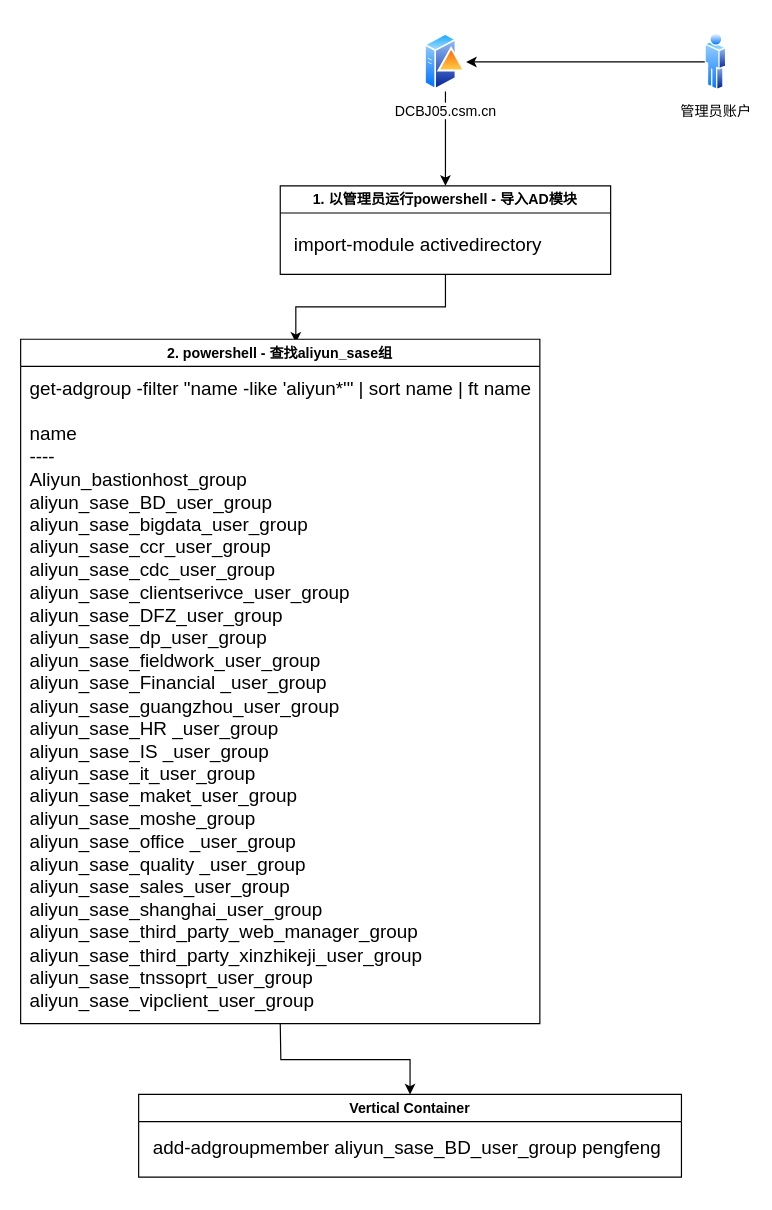
Before: aliyun-sase-opreation.drawio in natop/drawio, a draw.io diagram. Source tidied: cells renumbered, new cells numbered last; positions are measured from the earlier drawing's top-left corner, leaving out a move shared by most shapes. Both pictures are drawn from the tidied source at 118%, with x=0, y=0 at pixel (20, 32).
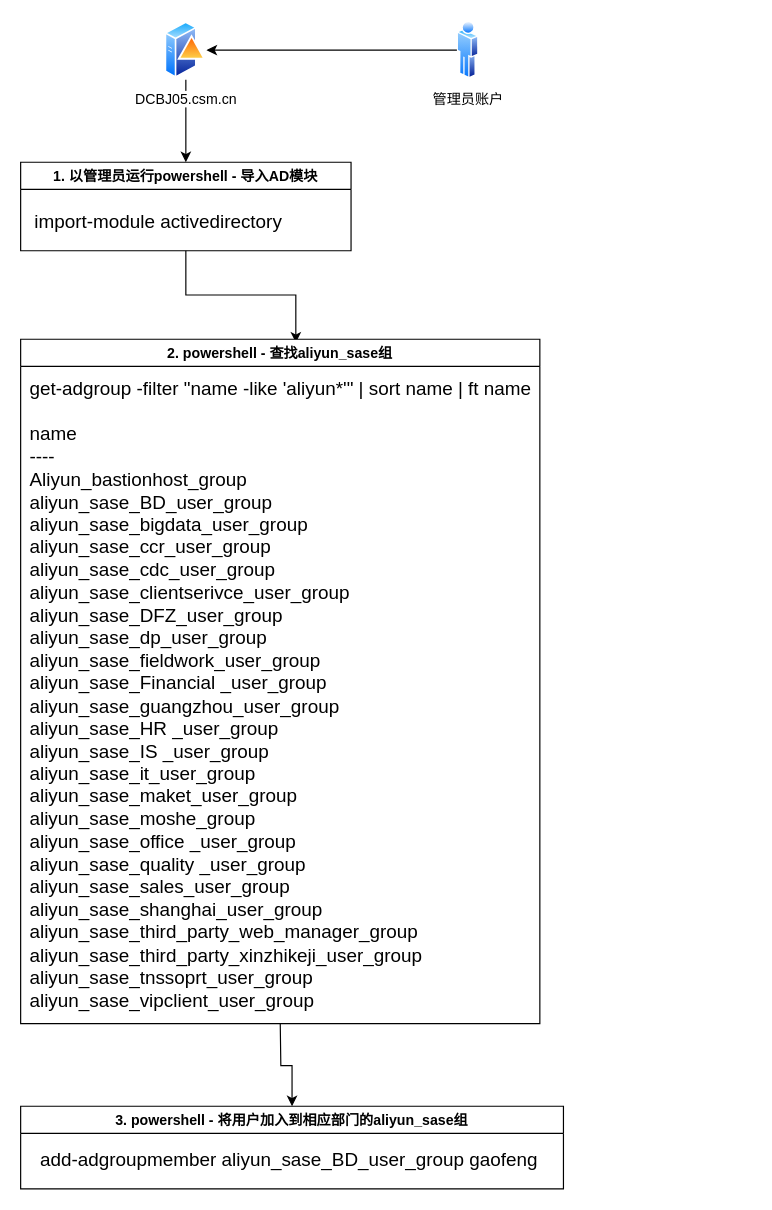
Above is the later version.

What changed in the source:
```diff
@@
 <mxGraphModel>
   <root>
     <mxCell id="0" />
     <mxCell id="1" parent="0" />
     <mxCell id="2" style="edgeStyle=orthogonalEdgeStyle;rounded=0;jettySize=auto;html=1;" parent="1" edge="1" source="3" target="7">
       <mxGeometry relative="1" as="geometry" />
     </mxCell>
     <mxCell id="3" value="DCBJ05.csm.cn" style="image;perimeter=ellipsePerimeter;html=1;align=center;shadow=0;dashed=0;spacingTop=3;image=img/lib/active_directory/domain_controller.svg;" parent="1" vertex="1">
-      <mxGeometry x="342.5" width="35" height="50" as="geometry" />
+      <mxGeometry x="122.5" y="-10" width="35" height="50" as="geometry" />
     </mxCell>
     <mxCell id="4" style="edgeStyle=orthogonalEdgeStyle;rounded=0;jettySize=auto;html=1;" parent="1" edge="1" source="5" target="3">
       <mxGeometry relative="1" as="geometry" />
     </mxCell>
     <mxCell id="5" value="管理员账户" style="image;perimeter=ellipsePerimeter;html=1;align=center;shadow=0;dashed=0;spacingTop=3;image=img/lib/active_directory/user.svg;" parent="1" vertex="1">
-      <mxGeometry x="580" width="18.5" height="50" as="geometry" />
+      <mxGeometry x="370" y="-10" width="18.5" height="50" as="geometry" />
     </mxCell>
     <mxCell id="6" style="edgeStyle=orthogonalEdgeStyle;rounded=0;jettySize=auto;html=1;entryX=0.53;entryY=0.005;entryDx=0;entryDy=0;entryPerimeter=0;" parent="1" edge="1" source="7" target="9">
       <mxGeometry relative="1" as="geometry" />
     </mxCell>
     <mxCell id="7" value="1. 以管理员运行powershell - 导入AD模块" style="swimlane;whiteSpace=wrap;html=1;" parent="1" vertex="1">
-      <mxGeometry x="220" y="130" width="280" height="75" as="geometry" />
+      <mxGeometry y="110" width="280" height="75" as="geometry" />
     </mxCell>
     <mxCell id="8" value="import-module activedirectory&lt;br style=&quot;font-size: 16px;&quot;&gt;" style="text;html=1;align=left;verticalAlign=middle;strokeColor=none;fillColor=none;fontSize=16;" parent="7" vertex="1">
       <mxGeometry x="10" y="35" width="230" height="30" as="geometry" />
     </mxCell>
     <mxCell id="9" value="2. powershell - 查找aliyun_sase组" style="swimlane;whiteSpace=wrap;html=1;" parent="1" vertex="1">
       <mxGeometry y="260" width="440" height="580" as="geometry" />
     </mxCell>
     <mxCell id="10" value="&lt;font style=&quot;font-size: 16px;&quot;&gt;get-adgroup -filter &quot;name -like 'aliyun*'&quot; | sort name | ft name&lt;br style=&quot;border-color: var(--border-color); text-align: left;&quot;&gt;&lt;br style=&quot;border-color: var(--border-color); text-align: left;&quot;&gt;&lt;/font&gt;&lt;div style=&quot;border-color: var(--border-color); text-align: left; font-size: 16px;&quot;&gt;&lt;font style=&quot;font-size: 16px;&quot;&gt;name&lt;/font&gt;&lt;/div&gt;&lt;div style=&quot;border-color: var(--border-color); text-align: left; font-size: 16px;&quot;&gt;&lt;font style=&quot;font-size: 16px;&quot;&gt;----&lt;/font&gt;&lt;/div&gt;&lt;div style=&quot;border-color: var(--border-color); text-align: left; font-size: 16px;&quot;&gt;&lt;font style=&quot;font-size: 16px;&quot;&gt;Aliyun_bastionhost_group&lt;/font&gt;&lt;/div&gt;&lt;div style=&quot;border-color: var(--border-color); text-align: left; font-size: 16px;&quot;&gt;&lt;font style=&quot;font-size: 16px;&quot;&gt;aliyun_sase_BD_user_group&lt;/font&gt;&lt;/div&gt;&lt;div style=&quot;border-color: var(--border-color); text-align: left; font-size: 16px;&quot;&gt;&lt;font style=&quot;font-size: 16px;&quot;&gt;aliyun_sase_bigdata_user_group&lt;/font&gt;&lt;/div&gt;&lt;div style=&quot;border-color: var(--border-color); text-align: left; font-size: 16px;&quot;&gt;&lt;font style=&quot;font-size: 16px;&quot;&gt;aliyun_sase_ccr_user_group&lt;/font&gt;&lt;/div&gt;&lt;div style=&quot;border-color: var(--border-color); text-align: left; font-size: 16px;&quot;&gt;&lt;font style=&quot;font-size: 16px;&quot;&gt;aliyun_sase_cdc_user_group&lt;/font&gt;&lt;/div&gt;&lt;div style=&quot;border-color: var(--border-color); text-align: left; font-size: 16px;&quot;&gt;&lt;font style=&quot;font-size: 16px;&quot;&gt;aliyun_sase_clientserivce_user_group&lt;/font&gt;&lt;/div&gt;&lt;div style=&quot;border-color: var(--border-color); text-align: left; font-size: 16px;&quot;&gt;&lt;font style=&quot;font-size: 16px;&quot;&gt;aliyun_sase_DFZ_user_group&lt;/font&gt;&lt;/div&gt;&lt;div style=&quot;border-color: var(--border-color); text-align: left; font-size: 16px;&quot;&gt;&lt;font style=&quot;font-size: 16px;&quot;&gt;aliyun_sase_dp_user_group&lt;/font&gt;&lt;/div&gt;&lt;div style=&quot;border-color: var(--border-color); text-align: left; font-size: 16px;&quot;&gt;&lt;font style=&quot;font-size: 16px;&quot;&gt;aliyun_sase_fieldwork_user_group&lt;/font&gt;&lt;/div&gt;&lt;div style=&quot;border-color: var(--border-color); text-align: left; font-size: 16px;&quot;&gt;&lt;font style=&quot;font-size: 16px;&quot;&gt;aliyun_sase_Financial _user_group&lt;/font&gt;&lt;/div&gt;&lt;div style=&quot;border-color: var(--border-color); text-align: left; font-size: 16px;&quot;&gt;&lt;font style=&quot;font-size: 16px;&quot;&gt;aliyun_sase_guangzhou_user_group&lt;/font&gt;&lt;/div&gt;&lt;div style=&quot;border-color: var(--border-color); text-align: left; font-size: 16px;&quot;&gt;&lt;font style=&quot;font-size: 16px;&quot;&gt;aliyun_sase_HR _user_group&lt;/font&gt;&lt;/div&gt;&lt;div style=&quot;border-color: var(--border-color); text-align: left; font-size: 16px;&quot;&gt;&lt;font style=&quot;font-size: 16px;&quot;&gt;aliyun_sase_IS _user_group&lt;/font&gt;&lt;/div&gt;&lt;div style=&quot;border-color: var(--border-color); text-align: left; font-size: 16px;&quot;&gt;&lt;font style=&quot;font-size: 16px;&quot;&gt;aliyun_sase_it_user_group&lt;/font&gt;&lt;/div&gt;&lt;div style=&quot;border-color: var(--border-color); text-align: left; font-size: 16px;&quot;&gt;&lt;font style=&quot;font-size: 16px;&quot;&gt;aliyun_sase_maket_user_group&lt;/font&gt;&lt;/div&gt;&lt;div style=&quot;border-color: var(--border-color); text-align: left; font-size: 16px;&quot;&gt;&lt;font style=&quot;font-size: 16px;&quot;&gt;aliyun_sase_moshe_group&lt;/font&gt;&lt;/div&gt;&lt;div style=&quot;border-color: var(--border-color); text-align: left; font-size: 16px;&quot;&gt;&lt;font style=&quot;font-size: 16px;&quot;&gt;aliyun_sase_office _user_group&lt;/font&gt;&lt;/div&gt;&lt;div style=&quot;border-color: var(--border-color); text-align: left; font-size: 16px;&quot;&gt;&lt;font style=&quot;font-size: 16px;&quot;&gt;aliyun_sase_quality _user_group&lt;/font&gt;&lt;/div&gt;&lt;div style=&quot;border-color: var(--border-color); text-align: left; font-size: 16px;&quot;&gt;&lt;font style=&quot;font-size: 16px;&quot;&gt;aliyun_sase_sales_user_group&lt;/font&gt;&lt;/div&gt;&lt;div style=&quot;border-color: var(--border-color); text-align: left; font-size: 16px;&quot;&gt;&lt;font style=&quot;font-size: 16px;&quot;&gt;aliyun_sase_shanghai_user_group&lt;/font&gt;&lt;/div&gt;&lt;div style=&quot;border-color: var(--border-color); text-align: left; font-size: 16px;&quot;&gt;&lt;font style=&quot;font-size: 16px;&quot;&gt;aliyun_sase_third_party_web_manager_group&lt;/font&gt;&lt;/div&gt;&lt;div style=&quot;border-color: var(--border-color); text-align: left; font-size: 16px;&quot;&gt;&lt;font style=&quot;font-size: 16px;&quot;&gt;aliyun_sase_third_party_xinzhikeji_user_group&lt;/font&gt;&lt;/div&gt;&lt;div style=&quot;border-color: var(--border-color); text-align: left; font-size: 16px;&quot;&gt;&lt;font style=&quot;font-size: 16px;&quot;&gt;aliyun_sase_tnssoprt_user_group&lt;/font&gt;&lt;/div&gt;&lt;div style=&quot;border-color: var(--border-color); text-align: left; font-size: 16px;&quot;&gt;&lt;font style=&quot;font-size: 16px;&quot;&gt;aliyun_sase_vipclient_user_group&lt;/font&gt;&lt;/div&gt;" style="text;html=1;align=center;verticalAlign=middle;strokeColor=none;fillColor=none;" parent="9" vertex="1">
       <mxGeometry x="5" y="26" width="430" height="550" as="geometry" />
     </mxCell>
-    <mxCell id="11" value="Vertical Container" style="swimlane;whiteSpace=wrap;html=1;" parent="1" vertex="1">
-      <mxGeometry x="100" y="900" width="460" height="70" as="geometry" />
+    <mxCell id="11" value="3. powershell - 将用户加入到相应部门的aliyun_sase组" style="swimlane;whiteSpace=wrap;html=1;" parent="1" vertex="1">
+      <mxGeometry y="910" width="460" height="70" as="geometry" />
     </mxCell>
-    <mxCell id="12" value="&amp;nbsp;add-adgroupmember aliyun_sase_BD_user_group pengfeng" style="text;html=1;align=center;verticalAlign=middle;strokeColor=none;fillColor=none;fontSize=16;" parent="11" vertex="1">
-      <mxGeometry y="30" width="450" height="30" as="geometry" />
+    <mxCell id="12" value="&amp;nbsp;add-adgroupmember aliyun_sase_BD_user_group gaofeng" style="text;html=1;align=center;verticalAlign=middle;strokeColor=none;fillColor=none;fontSize=16;" parent="11" vertex="1">
+      <mxGeometry x="5" y="30" width="440" height="30" as="geometry" />
     </mxCell>
     <mxCell id="13" style="edgeStyle=orthogonalEdgeStyle;rounded=0;jettySize=auto;html=1;" parent="1" edge="1" target="11">
       <mxGeometry relative="1" as="geometry">
         <mxPoint x="220" y="840" as="sourcePoint" />
       </mxGeometry>
     </mxCell>
   </root>
 </mxGraphModel>
```
